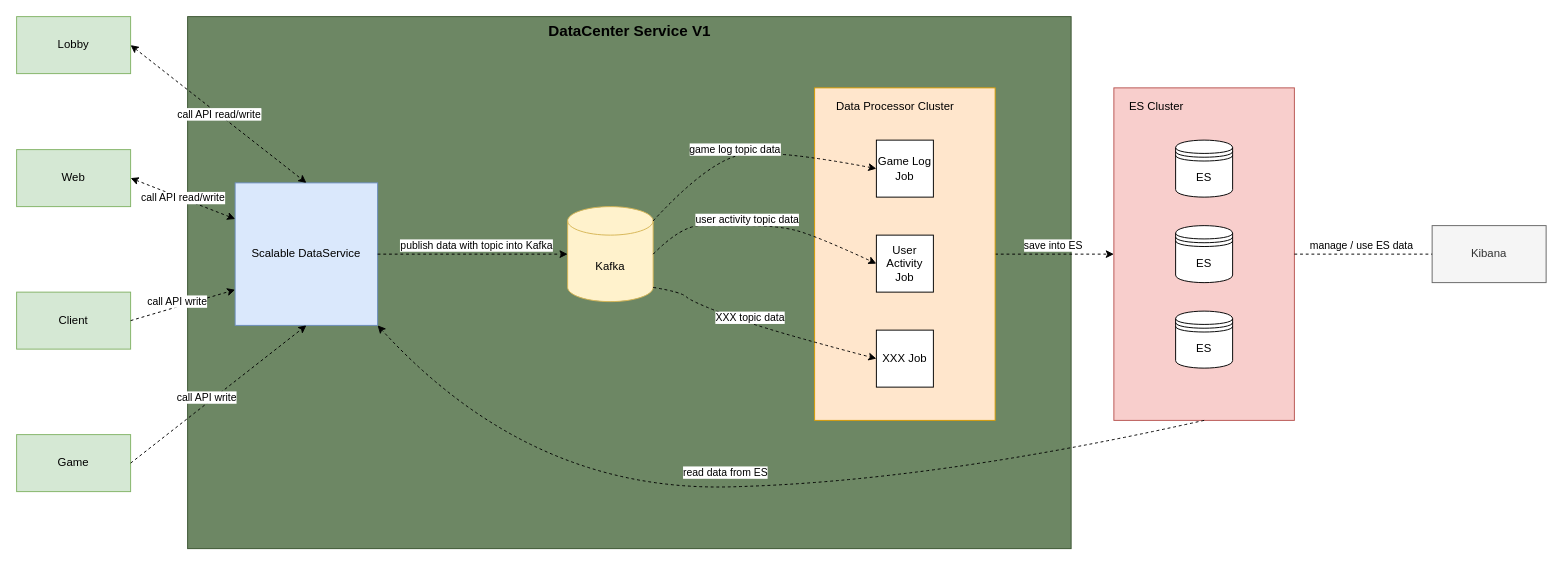
The draw.io diagram DataCenterService.drawio in kidozhaoz/drawio-libs, before the edit. Source tidied: cells renumbered, new cells numbered last; positions are measured from the earlier drawing's top-left corner, leaving out a move shared by most shapes. Both pictures are drawn from the tidied source at 95%, with x=0, y=0 at pixel (16, 16).
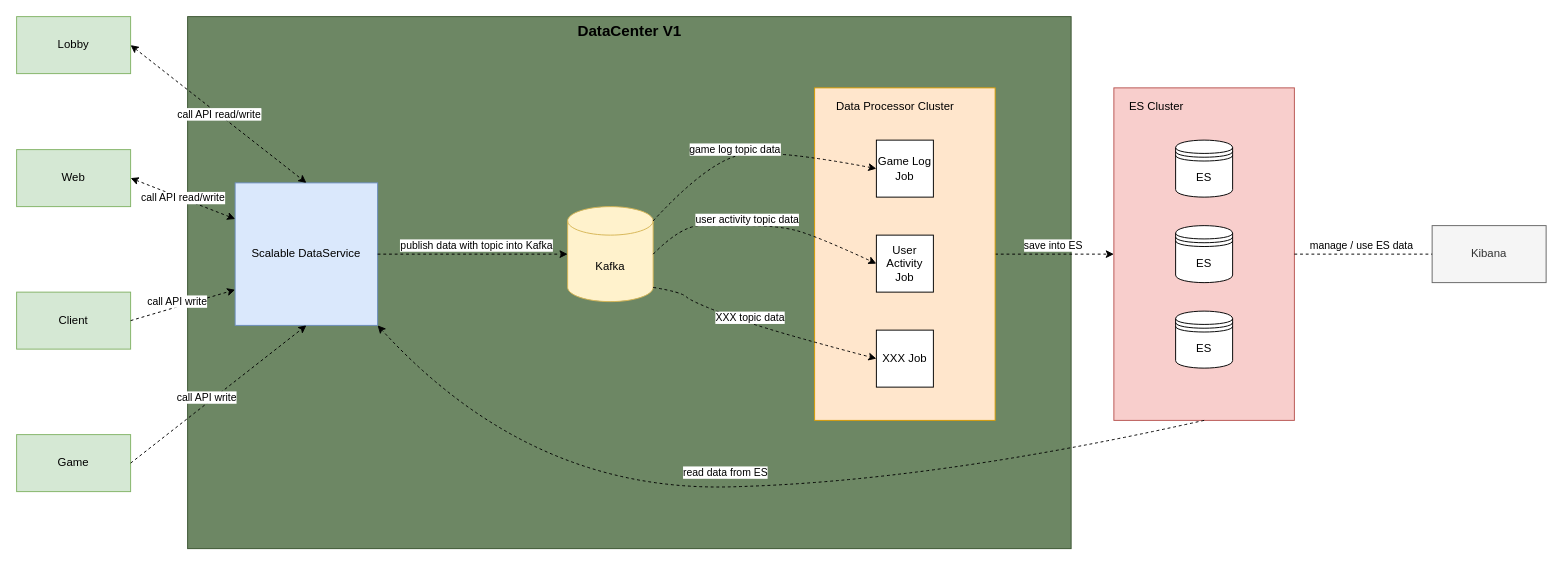
Above is the later version.

What changed in the source:
```diff
@@
-    <mxCell id="4" value="&lt;font style=&quot;font-size: 16px;&quot;&gt;&lt;b&gt;DataCenter Service V1&lt;/b&gt;&lt;/font&gt;" style="text;html=1;align=center;verticalAlign=middle;strokeColor=none;fillColor=none;" parent="1" vertex="1">
-      <mxGeometry x="550" width="190" height="30" as="geometry" />
+    <mxCell id="4" value="&lt;font style=&quot;font-size: 16px;&quot;&gt;&lt;b&gt;DataCenter V1&lt;/b&gt;&lt;/font&gt;" style="text;html=1;align=center;verticalAlign=middle;strokeColor=none;fillColor=none;" parent="1" vertex="1">
+      <mxGeometry x="580" width="130" height="30" as="geometry" />
     </mxCell>
```
